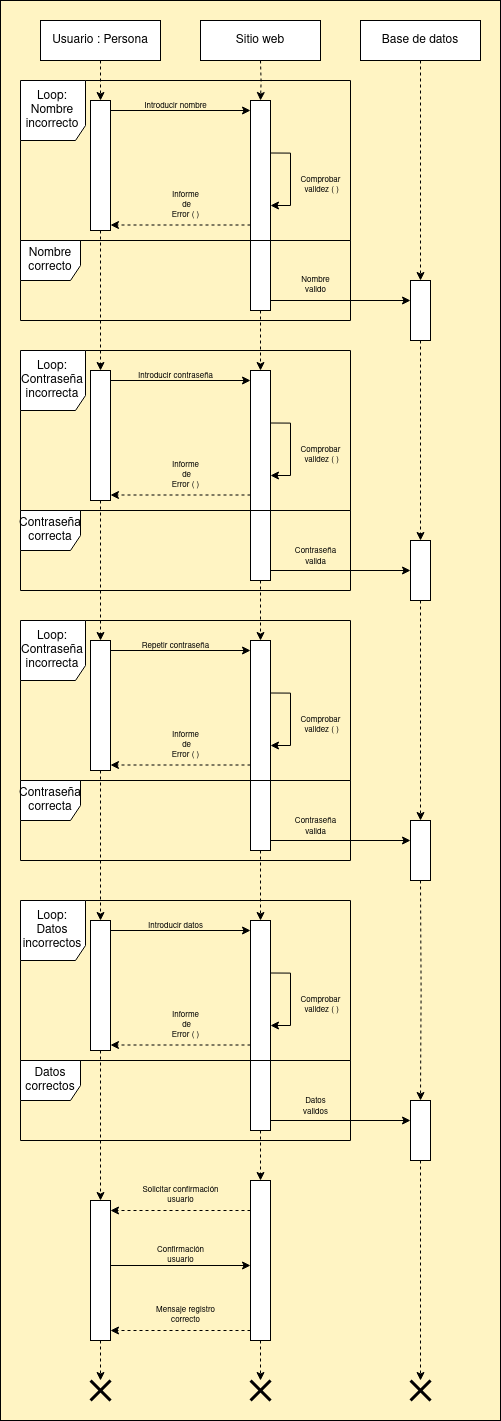
Before: 02_Entornos de desarrollo/UT_6/Ejercicios06/Ejercicios/Ejer06/Ejer06.drawio.png, a diagram exported from draw.io (antgomper/Curso_23-24_DAW). Source tidied: cells renumbered, new cells last; positions are measured from the earlier drawing's top-left corner, leaving out a move shared by most shapes.
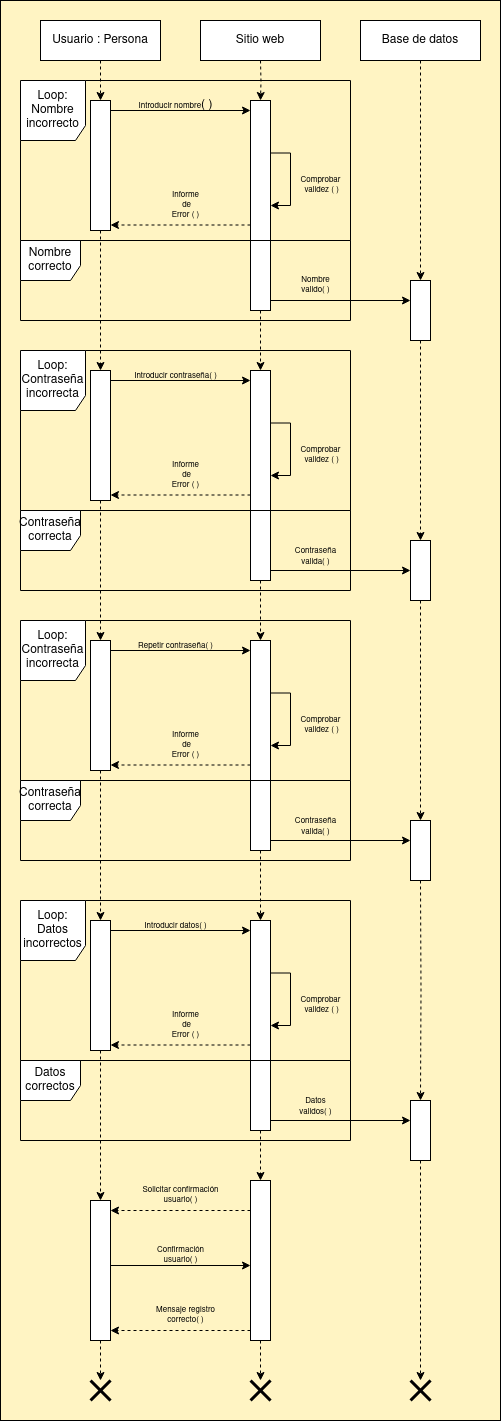
The same file after the commit.

Diff of the diagram source:
```diff
@@ -26,8 +26,8 @@
     <mxCell id="9" style="rounded=0;whiteSpace=wrap;html=1;" parent="1" vertex="1">
       <mxGeometry x="90" y="100" width="20" height="130" as="geometry" />
     </mxCell>
-    <mxCell id="10" value="&lt;font style=&quot;font-size: 8px;&quot;&gt;Introducir nombre&lt;/font&gt;" style="text;html=1;align=center;verticalAlign=middle;strokeColor=none;fillColor=none;" parent="1" vertex="1">
-      <mxGeometry x="130" y="90" width="90" height="30" as="geometry" />
+    <mxCell id="10" value="&lt;font style=&quot;font-size: 8px;&quot;&gt;Introducir nombre&lt;/font&gt;( )" style="text;html=1;align=center;verticalAlign=middle;strokeColor=none;fillColor=none;" parent="1" vertex="1">
+      <mxGeometry x="125" y="90" width="100" height="30" as="geometry" />
     </mxCell>
     <mxCell id="11" value="Sitio web" style="rounded=0;whiteSpace=wrap;html=1;" parent="1" vertex="1">
       <mxGeometry x="200" y="20" width="120" height="40" as="geometry" />
@@ -73,7 +73,7 @@
     <mxCell id="21" value="&lt;div&gt;Loop:&lt;/div&gt;&lt;div&gt;Nombre incorrecto&lt;br&gt;&lt;/div&gt;" style="shape=umlFrame;whiteSpace=wrap;html=1;width=65;height=60;" parent="1" vertex="1">
       <mxGeometry x="20" y="80" width="330" height="160" as="geometry" />
     </mxCell>
-    <mxCell id="22" value="&lt;div style=&quot;font-size: 8px;&quot;&gt;&lt;font style=&quot;font-size: 8px;&quot;&gt;Nombre&lt;/font&gt;&lt;/div&gt;&lt;div style=&quot;font-size: 8px;&quot;&gt;&lt;font style=&quot;font-size: 8px;&quot;&gt;valido&lt;/font&gt;&lt;/div&gt;" style="text;html=1;align=center;verticalAlign=middle;strokeColor=none;fillColor=none;" parent="1" vertex="1">
+    <mxCell id="22" value="&lt;div style=&quot;font-size: 8px;&quot;&gt;&lt;font style=&quot;font-size: 8px;&quot;&gt;Nombre&lt;/font&gt;&lt;/div&gt;&lt;div style=&quot;font-size: 8px;&quot;&gt;&lt;font style=&quot;font-size: 8px;&quot;&gt;valido( )&lt;br&gt;&lt;/font&gt;&lt;/div&gt;" style="text;html=1;align=center;verticalAlign=middle;strokeColor=none;fillColor=none;" parent="1" vertex="1">
       <mxGeometry x="290" y="270" width="50" height="30" as="geometry" />
     </mxCell>
     <mxCell id="23" value="&lt;div&gt;Nombre correcto&lt;br&gt;&lt;/div&gt;" style="shape=umlFrame;whiteSpace=wrap;html=1;width=60;height=40;" parent="1" vertex="1">
@@ -82,8 +82,8 @@
     <mxCell id="24" style="shape=umlDestroy;whiteSpace=wrap;html=1;strokeWidth=3;targetShapes=umlLifeline;" parent="1" vertex="1">
       <mxGeometry x="90" y="1380" width="20" height="20" as="geometry" />
     </mxCell>
-    <mxCell id="25" value="&lt;font style=&quot;font-size: 8px;&quot;&gt;Introducir contraseña&lt;br&gt;&lt;/font&gt;" style="text;html=1;align=center;verticalAlign=middle;strokeColor=none;fillColor=none;" parent="1" vertex="1">
-      <mxGeometry x="125" y="360" width="100" height="30" as="geometry" />
+    <mxCell id="25" value="&lt;font style=&quot;font-size: 8px;&quot;&gt;Introducir contraseña( )&lt;br&gt;&lt;/font&gt;" style="text;html=1;align=center;verticalAlign=middle;strokeColor=none;fillColor=none;" parent="1" vertex="1">
+      <mxGeometry x="120" y="360" width="110" height="30" as="geometry" />
     </mxCell>
     <mxCell id="26" style="edgeStyle=orthogonalEdgeStyle;rounded=0;orthogonalLoop=1;jettySize=auto;html=1;exitX=0;exitY=0.75;exitDx=0;exitDy=0;entryX=1;entryY=0.5;entryDx=0;entryDy=0;dashed=1;" parent="1" edge="1">
       <mxGeometry relative="1" as="geometry">
@@ -115,7 +115,7 @@
     <mxCell id="33" value="&lt;div&gt;Loop:&lt;/div&gt;&lt;div&gt;Contraseña&lt;/div&gt;&lt;div&gt;incorrecta&lt;br&gt;&lt;/div&gt;" style="shape=umlFrame;whiteSpace=wrap;html=1;width=65;height=60;" parent="1" vertex="1">
       <mxGeometry x="20" y="350" width="330" height="160" as="geometry" />
     </mxCell>
-    <mxCell id="34" value="&lt;font style=&quot;font-size: 8px;&quot;&gt;Contraseña&lt;/font&gt;&lt;div style=&quot;font-size: 8px;&quot;&gt;&lt;font style=&quot;font-size: 8px;&quot;&gt;valida&lt;/font&gt;&lt;/div&gt;" style="text;html=1;align=center;verticalAlign=middle;strokeColor=none;fillColor=none;" parent="1" vertex="1">
+    <mxCell id="34" value="&lt;font style=&quot;font-size: 8px;&quot;&gt;Contraseña&lt;/font&gt;&lt;div style=&quot;font-size: 8px;&quot;&gt;&lt;font style=&quot;font-size: 8px;&quot;&gt;valida&lt;/font&gt;( )&lt;/div&gt;" style="text;html=1;align=center;verticalAlign=middle;strokeColor=none;fillColor=none;" parent="1" vertex="1">
       <mxGeometry x="285" y="535" width="60" height="40" as="geometry" />
     </mxCell>
     <mxCell id="35" value="Contraseña correcta" style="shape=umlFrame;whiteSpace=wrap;html=1;width=60;height=40;" parent="1" vertex="1">
@@ -139,8 +139,8 @@
     <mxCell id="40" style="rounded=0;whiteSpace=wrap;html=1;" parent="1" vertex="1">
       <mxGeometry x="90" y="370" width="20" height="130" as="geometry" />
     </mxCell>
-    <mxCell id="41" value="&lt;font style=&quot;font-size: 8px;&quot;&gt;Repetir contraseña&lt;br&gt;&lt;/font&gt;" style="text;html=1;align=center;verticalAlign=middle;strokeColor=none;fillColor=none;" parent="1" vertex="1">
-      <mxGeometry x="130" y="630" width="90" height="30" as="geometry" />
+    <mxCell id="41" value="&lt;font style=&quot;font-size: 8px;&quot;&gt;Repetir contraseña( )&lt;br&gt;&lt;/font&gt;" style="text;html=1;align=center;verticalAlign=middle;strokeColor=none;fillColor=none;" parent="1" vertex="1">
+      <mxGeometry x="125" y="630" width="100" height="30" as="geometry" />
     </mxCell>
     <mxCell id="42" style="edgeStyle=orthogonalEdgeStyle;rounded=0;orthogonalLoop=1;jettySize=auto;html=1;exitX=0;exitY=0.75;exitDx=0;exitDy=0;entryX=1;entryY=0.5;entryDx=0;entryDy=0;dashed=1;" parent="1" edge="1">
       <mxGeometry relative="1" as="geometry">
@@ -172,7 +172,7 @@
     <mxCell id="49" value="&lt;div&gt;Loop:&lt;/div&gt;&lt;div&gt;Contraseña&lt;/div&gt;&lt;div&gt;incorrecta&lt;br&gt;&lt;/div&gt;" style="shape=umlFrame;whiteSpace=wrap;html=1;width=65;height=60;" parent="1" vertex="1">
       <mxGeometry x="20" y="620" width="330" height="160" as="geometry" />
     </mxCell>
-    <mxCell id="50" value="&lt;font style=&quot;font-size: 8px;&quot;&gt;Contraseña&lt;/font&gt;&lt;div style=&quot;font-size: 8px;&quot;&gt;&lt;font style=&quot;font-size: 8px;&quot;&gt;valida&lt;/font&gt;&lt;/div&gt;" style="text;html=1;align=center;verticalAlign=middle;strokeColor=none;fillColor=none;" parent="1" vertex="1">
+    <mxCell id="50" value="&lt;font style=&quot;font-size: 8px;&quot;&gt;Contraseña&lt;/font&gt;&lt;div style=&quot;font-size: 8px;&quot;&gt;&lt;font style=&quot;font-size: 8px;&quot;&gt;valida&lt;/font&gt;( ) &lt;br&gt;&lt;/div&gt;" style="text;html=1;align=center;verticalAlign=middle;strokeColor=none;fillColor=none;" parent="1" vertex="1">
       <mxGeometry x="285" y="805" width="60" height="40" as="geometry" />
     </mxCell>
     <mxCell id="51" value="Contraseña correcta" style="shape=umlFrame;whiteSpace=wrap;html=1;width=60;height=40;" parent="1" vertex="1">
@@ -193,8 +193,8 @@
     <mxCell id="55" style="rounded=0;whiteSpace=wrap;html=1;" parent="1" vertex="1">
       <mxGeometry x="410" y="820" width="20" height="60" as="geometry" />
     </mxCell>
-    <mxCell id="56" value="&lt;font style=&quot;font-size: 8px;&quot;&gt;Introducir datos&lt;br&gt;&lt;/font&gt;" style="text;html=1;align=center;verticalAlign=middle;strokeColor=none;fillColor=none;" parent="1" vertex="1">
-      <mxGeometry x="135" y="910" width="80" height="30" as="geometry" />
+    <mxCell id="56" value="&lt;font style=&quot;font-size: 8px;&quot;&gt;Introducir datos( )&lt;br&gt;&lt;/font&gt;" style="text;html=1;align=center;verticalAlign=middle;strokeColor=none;fillColor=none;" parent="1" vertex="1">
+      <mxGeometry x="130" y="910" width="90" height="30" as="geometry" />
     </mxCell>
     <mxCell id="57" style="edgeStyle=orthogonalEdgeStyle;rounded=0;orthogonalLoop=1;jettySize=auto;html=1;exitX=0;exitY=0.75;exitDx=0;exitDy=0;entryX=1;entryY=0.5;entryDx=0;entryDy=0;dashed=1;" parent="1" edge="1">
       <mxGeometry relative="1" as="geometry">
@@ -226,8 +226,8 @@
     <mxCell id="64" value="&lt;div&gt;Loop:&lt;/div&gt;&lt;div&gt;Datos&lt;/div&gt;&lt;div&gt;incorrectos&lt;br&gt;&lt;/div&gt;" style="shape=umlFrame;whiteSpace=wrap;html=1;width=65;height=60;" parent="1" vertex="1">
       <mxGeometry x="20" y="900" width="330" height="160" as="geometry" />
     </mxCell>
-    <mxCell id="65" value="&lt;font style=&quot;font-size: 8px;&quot;&gt;Datos&lt;/font&gt;&lt;div style=&quot;font-size: 8px;&quot;&gt;&lt;font style=&quot;font-size: 8px;&quot;&gt;validos&lt;/font&gt;&lt;/div&gt;" style="text;html=1;align=center;verticalAlign=middle;strokeColor=none;fillColor=none;" parent="1" vertex="1">
-      <mxGeometry x="290" y="1085" width="50" height="40" as="geometry" />
+    <mxCell id="65" value="&lt;font style=&quot;font-size: 8px;&quot;&gt;Datos&lt;/font&gt;&lt;div style=&quot;font-size: 8px;&quot;&gt;&lt;font style=&quot;font-size: 8px;&quot;&gt;validos&lt;/font&gt;( )&lt;br&gt;&lt;/div&gt;" style="text;html=1;align=center;verticalAlign=middle;strokeColor=none;fillColor=none;" parent="1" vertex="1">
+      <mxGeometry x="285" y="1085" width="60" height="40" as="geometry" />
     </mxCell>
     <mxCell id="66" value="Datos correctos" style="shape=umlFrame;whiteSpace=wrap;html=1;width=60;height=40;" parent="1" vertex="1">
       <mxGeometry x="20" y="1060" width="330" height="80" as="geometry" />
@@ -273,7 +273,7 @@
     <mxCell id="77" style="rounded=0;whiteSpace=wrap;html=1;" parent="1" vertex="1">
       <mxGeometry x="90" y="1200" width="20" height="140" as="geometry" />
     </mxCell>
-    <mxCell id="78" value="&lt;div style=&quot;font-size: 8px;&quot;&gt;&lt;font style=&quot;font-size: 8px;&quot;&gt;Solicitar confirmación &lt;br&gt;&lt;/font&gt;&lt;/div&gt;&lt;div style=&quot;font-size: 8px;&quot;&gt;&lt;font style=&quot;font-size: 8px;&quot;&gt;usuario&lt;/font&gt;&lt;/div&gt;&lt;div style=&quot;font-size: 8px;&quot;&gt;&lt;font style=&quot;font-size: 8px;&quot;&gt;&lt;br&gt;&lt;/font&gt;&lt;/div&gt;" style="text;html=1;align=center;verticalAlign=middle;strokeColor=none;fillColor=none;" parent="1" vertex="1">
+    <mxCell id="78" value="&lt;div style=&quot;font-size: 8px;&quot;&gt;&lt;font style=&quot;font-size: 8px;&quot;&gt;Solicitar confirmación &lt;br&gt;&lt;/font&gt;&lt;/div&gt;&lt;div style=&quot;font-size: 8px;&quot;&gt;&lt;font style=&quot;font-size: 8px;&quot;&gt;usuario( )&lt;br&gt;&lt;/font&gt;&lt;/div&gt;&lt;div style=&quot;font-size: 8px;&quot;&gt;&lt;font style=&quot;font-size: 8px;&quot;&gt;&lt;br&gt;&lt;/font&gt;&lt;/div&gt;" style="text;html=1;align=center;verticalAlign=middle;strokeColor=none;fillColor=none;" parent="1" vertex="1">
       <mxGeometry x="130" y="1180" width="100" height="40" as="geometry" />
     </mxCell>
     <mxCell id="79" style="edgeStyle=orthogonalEdgeStyle;rounded=0;orthogonalLoop=1;jettySize=auto;html=1;exitX=1;exitY=0.25;exitDx=0;exitDy=0;entryX=0;entryY=0.25;entryDx=0;entryDy=0;startArrow=none;startFill=0;" parent="1" edge="1">
@@ -282,7 +282,7 @@
         <mxPoint x="250" y="1265" as="targetPoint" />
       </mxGeometry>
     </mxCell>
-    <mxCell id="80" value="&lt;div style=&quot;font-size: 8px;&quot;&gt;&lt;font style=&quot;font-size: 8px;&quot;&gt;&lt;br&gt;&lt;/font&gt;&lt;/div&gt;&lt;div style=&quot;font-size: 8px;&quot;&gt;&lt;font style=&quot;font-size: 8px;&quot;&gt;Confirmación &lt;br&gt;&lt;/font&gt;&lt;/div&gt;&lt;div style=&quot;font-size: 8px;&quot;&gt;&lt;font style=&quot;font-size: 8px;&quot;&gt;usuario&lt;/font&gt;&lt;/div&gt;&lt;div style=&quot;font-size: 8px;&quot;&gt;&lt;font style=&quot;font-size: 8px;&quot;&gt;&lt;br&gt;&lt;/font&gt;&lt;/div&gt;" style="text;html=1;align=center;verticalAlign=middle;strokeColor=none;fillColor=none;" parent="1" vertex="1">
+    <mxCell id="80" value="&lt;div style=&quot;font-size: 8px;&quot;&gt;&lt;font style=&quot;font-size: 8px;&quot;&gt;&lt;br&gt;&lt;/font&gt;&lt;/div&gt;&lt;div style=&quot;font-size: 8px;&quot;&gt;&lt;font style=&quot;font-size: 8px;&quot;&gt;Confirmación &lt;br&gt;&lt;/font&gt;&lt;/div&gt;&lt;div style=&quot;font-size: 8px;&quot;&gt;&lt;font style=&quot;font-size: 8px;&quot;&gt;usuario( )&lt;br&gt;&lt;/font&gt;&lt;/div&gt;&lt;div style=&quot;font-size: 8px;&quot;&gt;&lt;font style=&quot;font-size: 8px;&quot;&gt;&lt;br&gt;&lt;/font&gt;&lt;/div&gt;" style="text;html=1;align=center;verticalAlign=middle;strokeColor=none;fillColor=none;" parent="1" vertex="1">
       <mxGeometry x="145" y="1230" width="70" height="50" as="geometry" />
     </mxCell>
     <mxCell id="81" style="edgeStyle=orthogonalEdgeStyle;rounded=0;orthogonalLoop=1;jettySize=auto;html=1;exitX=0;exitY=0.75;exitDx=0;exitDy=0;entryX=1;entryY=0.5;entryDx=0;entryDy=0;dashed=1;" parent="1" edge="1">
@@ -291,7 +291,7 @@
         <mxPoint x="110" y="1330" as="targetPoint" />
       </mxGeometry>
     </mxCell>
-    <mxCell id="82" value="&lt;div style=&quot;font-size: 8px;&quot;&gt;&lt;font style=&quot;font-size: 8px;&quot;&gt;Mensaje registro &lt;br&gt;&lt;/font&gt;&lt;/div&gt;&lt;div style=&quot;font-size: 8px;&quot;&gt;&lt;font style=&quot;font-size: 8px;&quot;&gt;correcto&lt;/font&gt;&lt;/div&gt;" style="text;html=1;align=center;verticalAlign=middle;strokeColor=none;fillColor=none;" parent="1" vertex="1">
+    <mxCell id="82" value="&lt;div style=&quot;font-size: 8px;&quot;&gt;&lt;font style=&quot;font-size: 8px;&quot;&gt;Mensaje registro &lt;br&gt;&lt;/font&gt;&lt;/div&gt;&lt;div style=&quot;font-size: 8px;&quot;&gt;&lt;font style=&quot;font-size: 8px;&quot;&gt;correcto&lt;/font&gt;( )&lt;br&gt;&lt;/div&gt;" style="text;html=1;align=center;verticalAlign=middle;strokeColor=none;fillColor=none;" parent="1" vertex="1">
       <mxGeometry x="145" y="1300" width="80" height="30" as="geometry" />
     </mxCell>
     <mxCell id="83" style="shape=umlDestroy;whiteSpace=wrap;html=1;strokeWidth=3;targetShapes=umlLifeline;" parent="1" vertex="1">
```
